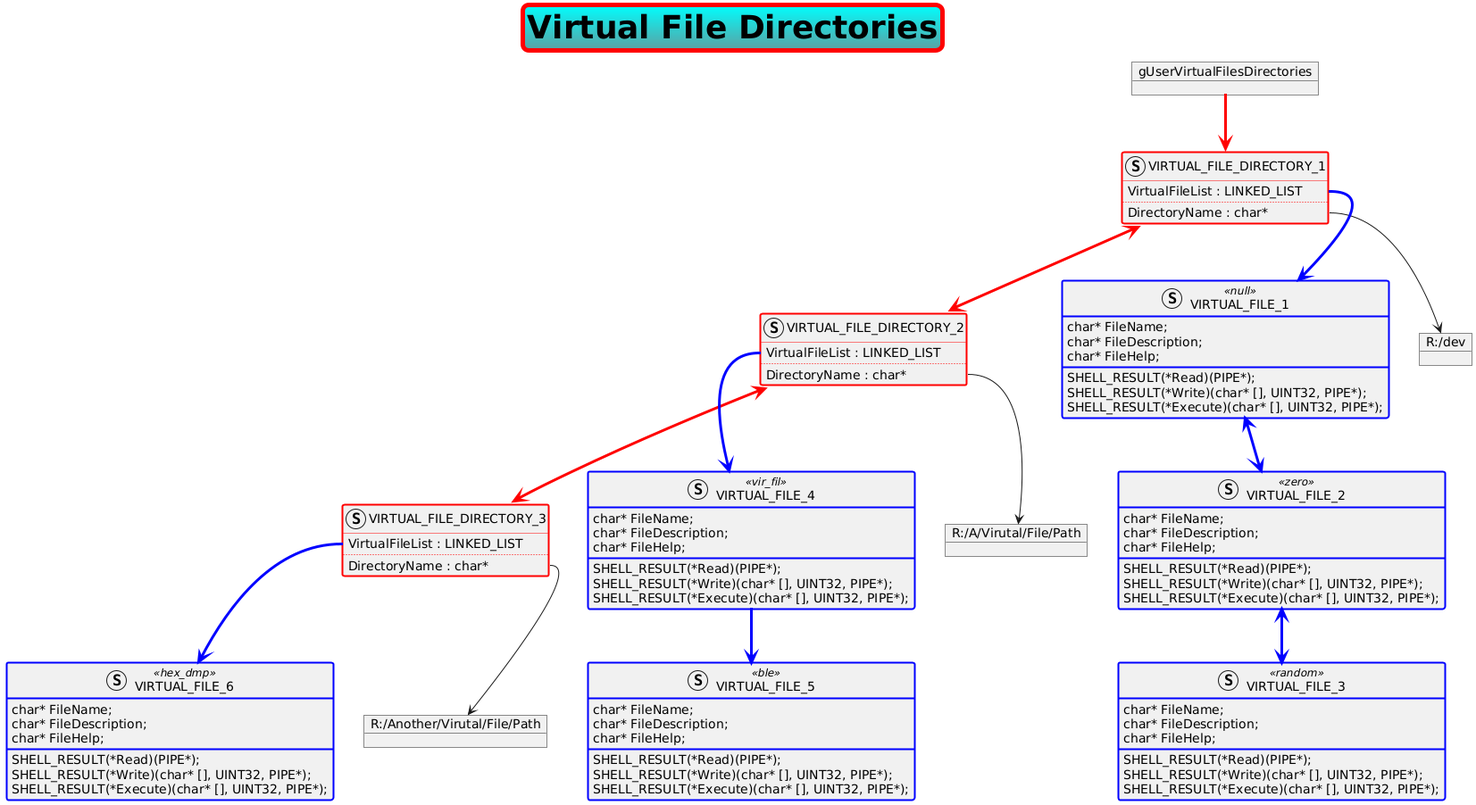
Above: NexShell/Diagrams/VirtualFileDirectories.png in pic32/NexShell (PlantUML), before the change.
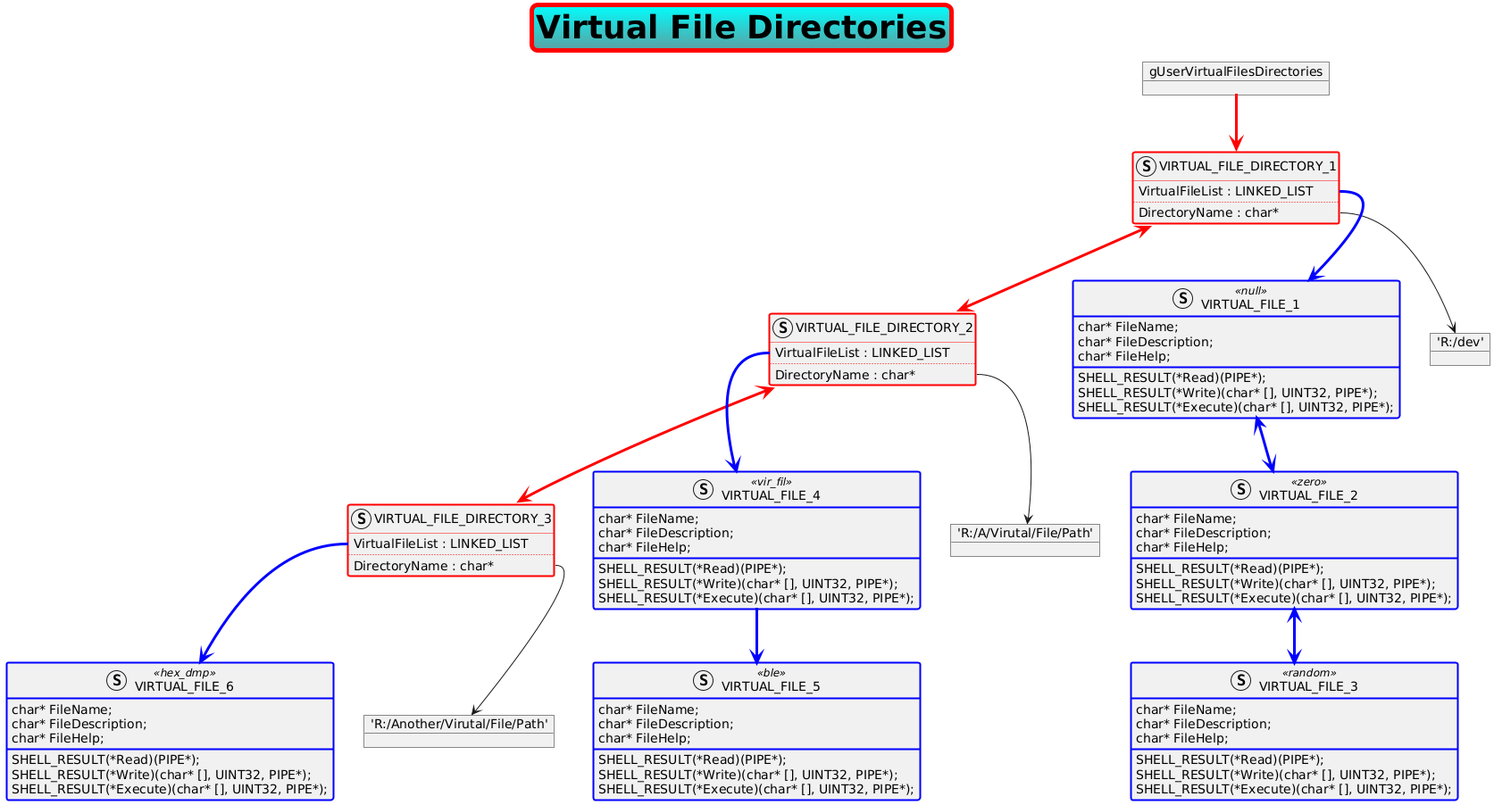
The same file after the commit.

What changed in the source:
```diff
@@ -96,16 +96,16 @@
 	SHELL_RESULT(*Execute)(char* [], UINT32, PIPE*);
 }
 
-Object "R:/dev"
-Object "R:/A/Virutal/File/Path"
-Object "R:/Another/Virutal/File/Path"
+Object "'R:/dev'"
+Object "'R:/A/Virutal/File/Path'"
+Object "'R:/Another/Virutal/File/Path'"
 
 gUserVirtualFilesDirectories -[#red,thickness=3]-> VIRTUAL_FILE_DIRECTORY_1
 VIRTUAL_FILE_DIRECTORY_1 <-[#red,thickness=3]-> VIRTUAL_FILE_DIRECTORY_2
 VIRTUAL_FILE_DIRECTORY_2 <-[#red,thickness=3]-> VIRTUAL_FILE_DIRECTORY_3
-VIRTUAL_FILE_DIRECTORY_1::DirectoryName --> "R:/dev"
-VIRTUAL_FILE_DIRECTORY_2::DirectoryName --> "R:/A/Virutal/File/Path"
-VIRTUAL_FILE_DIRECTORY_3::DirectoryName --> "R:/Another/Virutal/File/Path"
+VIRTUAL_FILE_DIRECTORY_1::DirectoryName --> "'R:/dev'"
+VIRTUAL_FILE_DIRECTORY_2::DirectoryName --> "'R:/A/Virutal/File/Path'"
+VIRTUAL_FILE_DIRECTORY_3::DirectoryName --> "'R:/Another/Virutal/File/Path'"
 VIRTUAL_FILE_DIRECTORY_1::VirtualFileList -[#blue,thickness=3]-> VIRTUAL_FILE_1
 VIRTUAL_FILE_DIRECTORY_2::VirtualFileList -[#blue,thickness=3]-> VIRTUAL_FILE_4
 VIRTUAL_FILE_4-[#blue,thickness=3]->VIRTUAL_FILE_5
```
